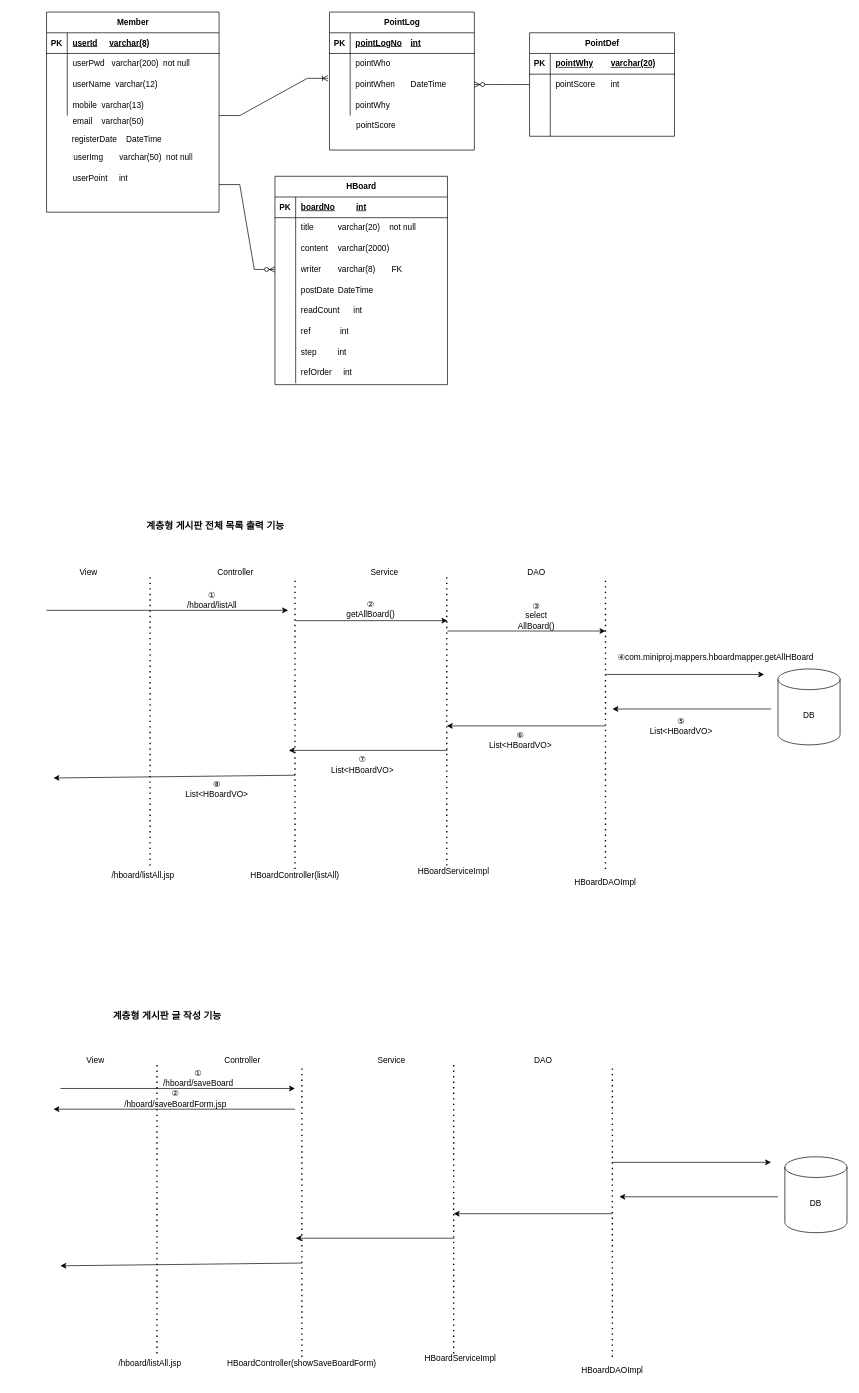
Earlier version of the draw.io diagram src/main/webapp/resources/sql/miniproj.drawio (pgyseven/MiniProject2). Source tidied: cells renumbered, new cells numbered last; positions are measured from the earlier drawing's top-left corner, leaving out a move shared by most shapes. Both pictures are drawn from the tidied source at 69%, with x=0, y=0 at pixel (12, 12).
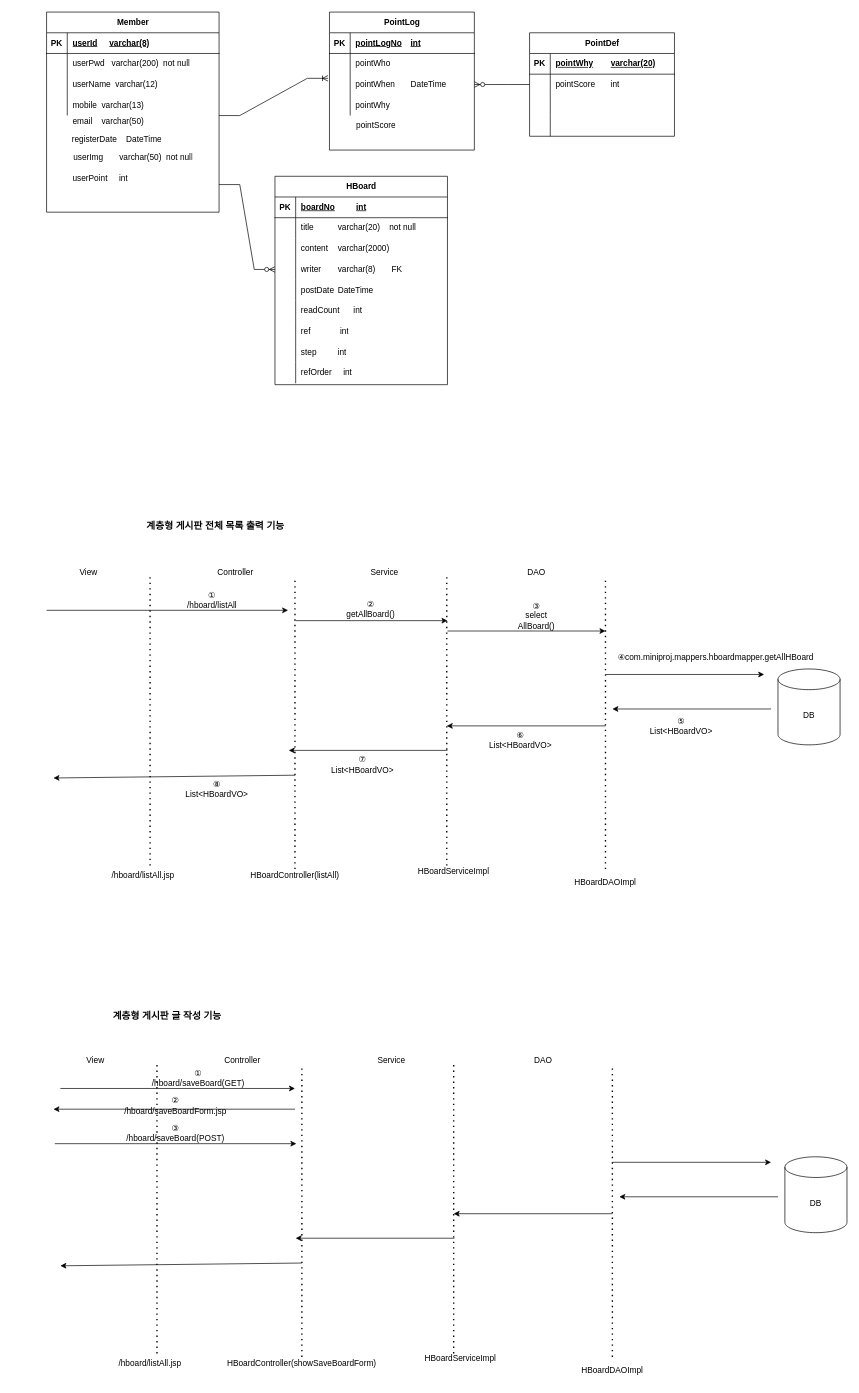
After the change.

What changed in the source:
```diff
@@
-    <mxCell id="133" value="① /hboard/saveBoard" style="text;html=1;align=center;verticalAlign=middle;whiteSpace=wrap;rounded=0;" parent="1" vertex="1">
+    <mxCell id="133" value="① /hboard/saveBoard(GET)" style="text;html=1;align=center;verticalAlign=middle;whiteSpace=wrap;rounded=0;" parent="1" vertex="1">
       <mxGeometry x="240" y="1530" width="60" height="30" as="geometry" />
     </mxCell>
@@
     <mxCell id="135" value="② /hboard/saveBoardForm.jsp" style="text;html=1;align=center;verticalAlign=middle;whiteSpace=wrap;rounded=0;" parent="1" vertex="1">
-      <mxGeometry x="207" y="1560" width="60" height="30" as="geometry" />
+      <mxGeometry x="207" y="1570" width="60" height="30" as="geometry" />
     </mxCell>
+    <mxCell id="136" style="endArrow=classic;html=1;rounded=0;" parent="1" edge="1">
+      <mxGeometry relative="1" as="geometry">
+        <mxPoint x="62" y="1640" as="sourcePoint" />
+        <mxPoint x="412" y="1640" as="targetPoint" />
+      </mxGeometry>
+    </mxCell>
+    <mxCell id="137" value="③ /hboard/saveBoard(POST)" style="text;html=1;align=center;verticalAlign=middle;whiteSpace=wrap;rounded=0;" parent="1" vertex="1">
+      <mxGeometry x="207" y="1610" width="60" height="30" as="geometry" />
+    </mxCell>
```
